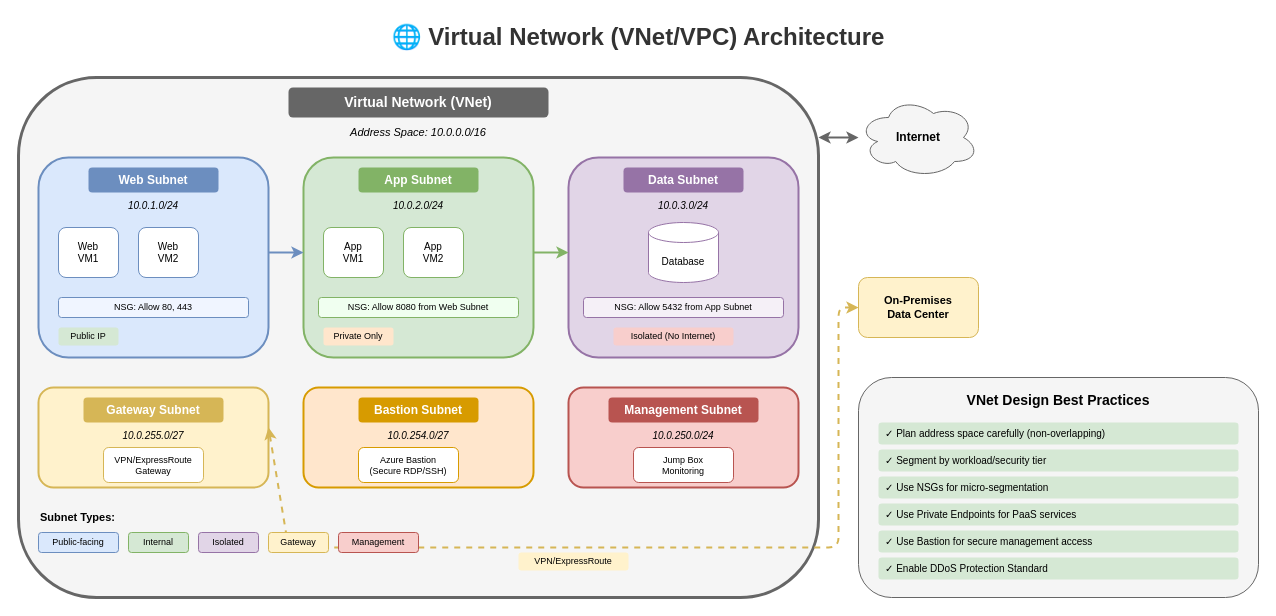
The draw.io diagram lesson-07-networking/diagrams/2.1-virtual-network.drawio in MrParkerZ7/document-lesson-software-architect-x-claude, before the edit. Source tidied: cells renumbered, new cells numbered last; positions are measured from the earlier drawing's top-left corner, leaving out a move shared by most shapes. Both pictures are drawn from the tidied source at 100%, with x=0, y=0 at pixel (18, 17).
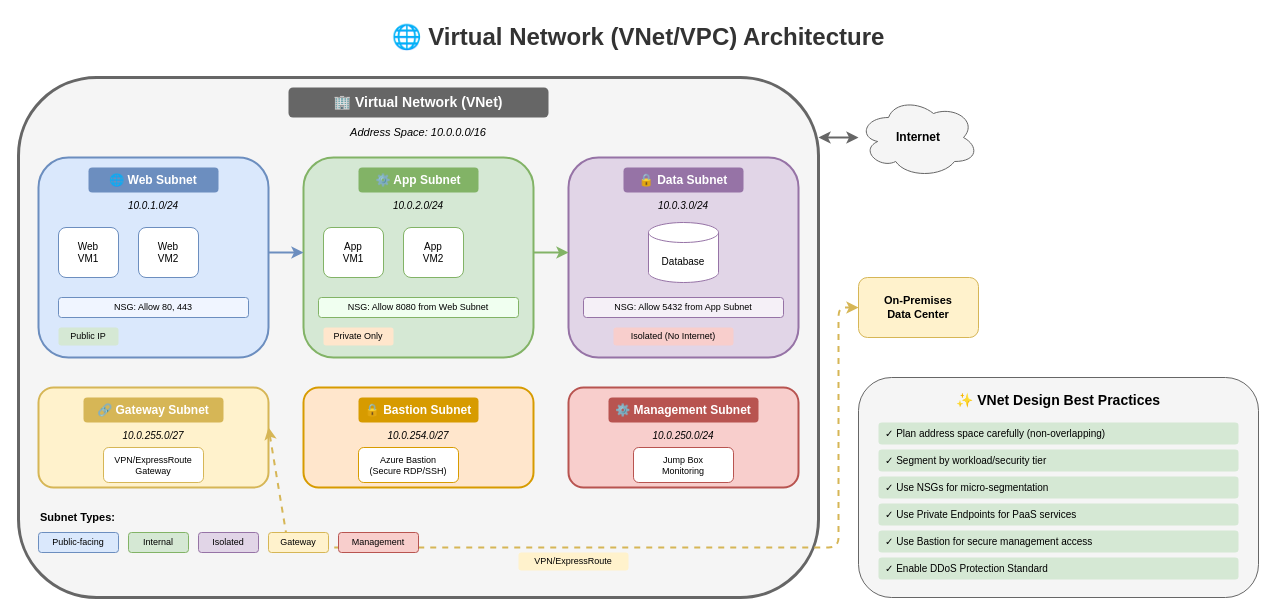
Above is the later version.

Diff of the diagram source:
```diff
@@
-    <mxCell id="4" value="Virtual Network (VNet)" style="text;html=1;strokeColor=none;fillColor=#666666;align=center;verticalAlign=middle;whiteSpace=wrap;rounded=1;fontSize=14;fontStyle=1;fontColor=#ffffff;" parent="1" vertex="1">
+    <mxCell id="4" value="🏢 Virtual Network (VNet)" style="text;html=1;strokeColor=none;fillColor=#666666;align=center;verticalAlign=middle;whiteSpace=wrap;rounded=1;fontSize=14;fontStyle=1;fontColor=#ffffff;" parent="1" vertex="1">
       <mxGeometry x="270" y="70" width="260" height="30" as="geometry" />
     </mxCell>
@@
-    <mxCell id="7" value="Web Subnet" style="text;html=1;strokeColor=none;fillColor=#6c8ebf;align=center;verticalAlign=middle;whiteSpace=wrap;rounded=1;fontSize=12;fontStyle=1;fontColor=#ffffff;" parent="1" vertex="1">
+    <mxCell id="7" value="🌐 Web Subnet" style="text;html=1;strokeColor=none;fillColor=#6c8ebf;align=center;verticalAlign=middle;whiteSpace=wrap;rounded=1;fontSize=12;fontStyle=1;fontColor=#ffffff;" parent="1" vertex="1">
       <mxGeometry x="70" y="150" width="130" height="25" as="geometry" />
     </mxCell>
@@
-    <mxCell id="14" value="App Subnet" style="text;html=1;strokeColor=none;fillColor=#82b366;align=center;verticalAlign=middle;whiteSpace=wrap;rounded=1;fontSize=12;fontStyle=1;fontColor=#ffffff;" parent="1" vertex="1">
+    <mxCell id="14" value="⚙️ App Subnet" style="text;html=1;strokeColor=none;fillColor=#82b366;align=center;verticalAlign=middle;whiteSpace=wrap;rounded=1;fontSize=12;fontStyle=1;fontColor=#ffffff;" parent="1" vertex="1">
       <mxGeometry x="340" y="150" width="120" height="25" as="geometry" />
     </mxCell>
@@
-    <mxCell id="21" value="Data Subnet" style="text;html=1;strokeColor=none;fillColor=#9673a6;align=center;verticalAlign=middle;whiteSpace=wrap;rounded=1;fontSize=12;fontStyle=1;fontColor=#ffffff;" parent="1" vertex="1">
+    <mxCell id="21" value="🔒 Data Subnet" style="text;html=1;strokeColor=none;fillColor=#9673a6;align=center;verticalAlign=middle;whiteSpace=wrap;rounded=1;fontSize=12;fontStyle=1;fontColor=#ffffff;" parent="1" vertex="1">
       <mxGeometry x="605" y="150" width="120" height="25" as="geometry" />
     </mxCell>
@@
-    <mxCell id="29" value="Gateway Subnet" style="text;html=1;strokeColor=none;fillColor=#d6b656;align=center;verticalAlign=middle;whiteSpace=wrap;rounded=1;fontSize=12;fontStyle=1;fontColor=#ffffff;" parent="1" vertex="1">
+    <mxCell id="29" value="🔗 Gateway Subnet" style="text;html=1;strokeColor=none;fillColor=#d6b656;align=center;verticalAlign=middle;whiteSpace=wrap;rounded=1;fontSize=12;fontStyle=1;fontColor=#ffffff;" parent="1" vertex="1">
       <mxGeometry x="65" y="380" width="140" height="25" as="geometry" />
     </mxCell>
@@
-    <mxCell id="33" value="Bastion Subnet" style="text;html=1;strokeColor=none;fillColor=#d79b00;align=center;verticalAlign=middle;whiteSpace=wrap;rounded=1;fontSize=12;fontStyle=1;fontColor=#ffffff;" parent="1" vertex="1">
+    <mxCell id="33" value="🔒 Bastion Subnet" style="text;html=1;strokeColor=none;fillColor=#d79b00;align=center;verticalAlign=middle;whiteSpace=wrap;rounded=1;fontSize=12;fontStyle=1;fontColor=#ffffff;" parent="1" vertex="1">
       <mxGeometry x="340" y="380" width="120" height="25" as="geometry" />
     </mxCell>
@@
-    <mxCell id="37" value="Management Subnet" style="text;html=1;strokeColor=none;fillColor=#b85450;align=center;verticalAlign=middle;whiteSpace=wrap;rounded=1;fontSize=12;fontStyle=1;fontColor=#ffffff;" parent="1" vertex="1">
+    <mxCell id="37" value="⚙️ Management Subnet" style="text;html=1;strokeColor=none;fillColor=#b85450;align=center;verticalAlign=middle;whiteSpace=wrap;rounded=1;fontSize=12;fontStyle=1;fontColor=#ffffff;" parent="1" vertex="1">
       <mxGeometry x="590" y="380" width="150" height="25" as="geometry" />
     </mxCell>
@@
-    <mxCell id="46" value="VNet Design Best Practices" style="text;html=1;strokeColor=none;fillColor=none;align=center;verticalAlign=middle;whiteSpace=wrap;rounded=0;fontSize=14;fontStyle=1;" parent="1" vertex="1">
+    <mxCell id="46" value="✨ VNet Design Best Practices" style="text;html=1;strokeColor=none;fillColor=none;align=center;verticalAlign=middle;whiteSpace=wrap;rounded=0;fontSize=14;fontStyle=1;" parent="1" vertex="1">
       <mxGeometry x="920" y="370" width="240" height="25" as="geometry" />
     </mxCell>
```
